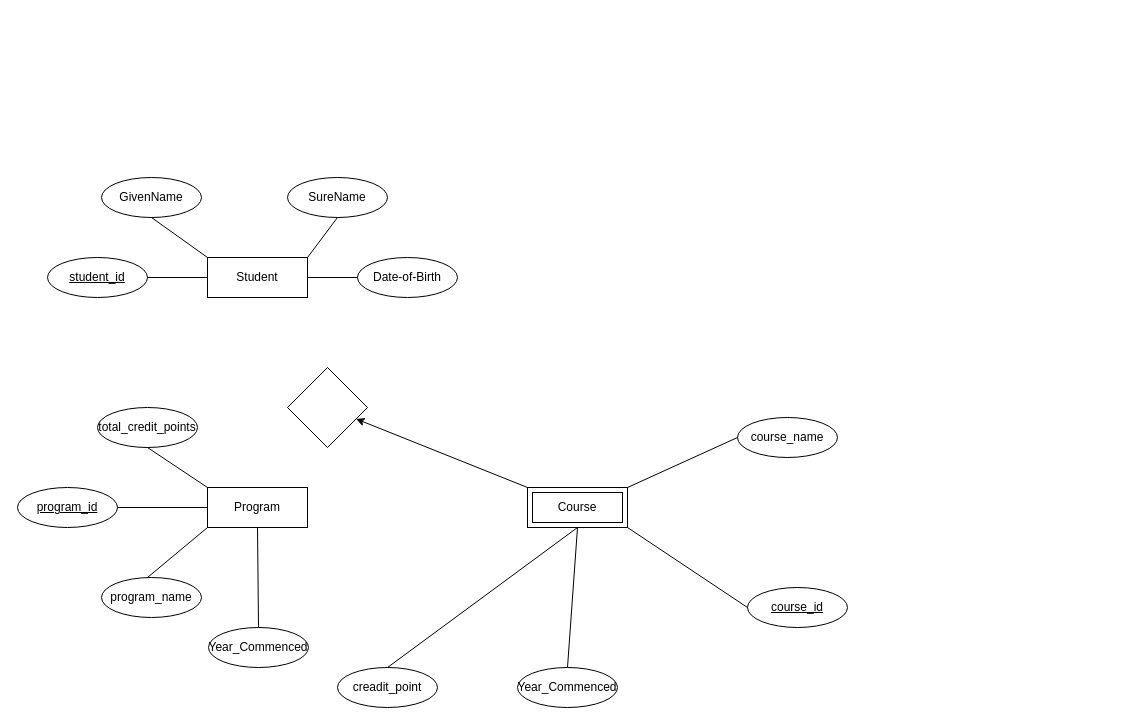
Above: UniversityDatabase.drawio in mayura-alahakoon/EEI3266 (draw.io), before the change. Source tidied: cells renumbered, new cells numbered last; positions are measured from the earlier drawing's top-left corner, leaving out a move shared by most shapes. Both pictures are drawn from the tidied source at 100%, with x=0, y=0 at pixel (17, 177).
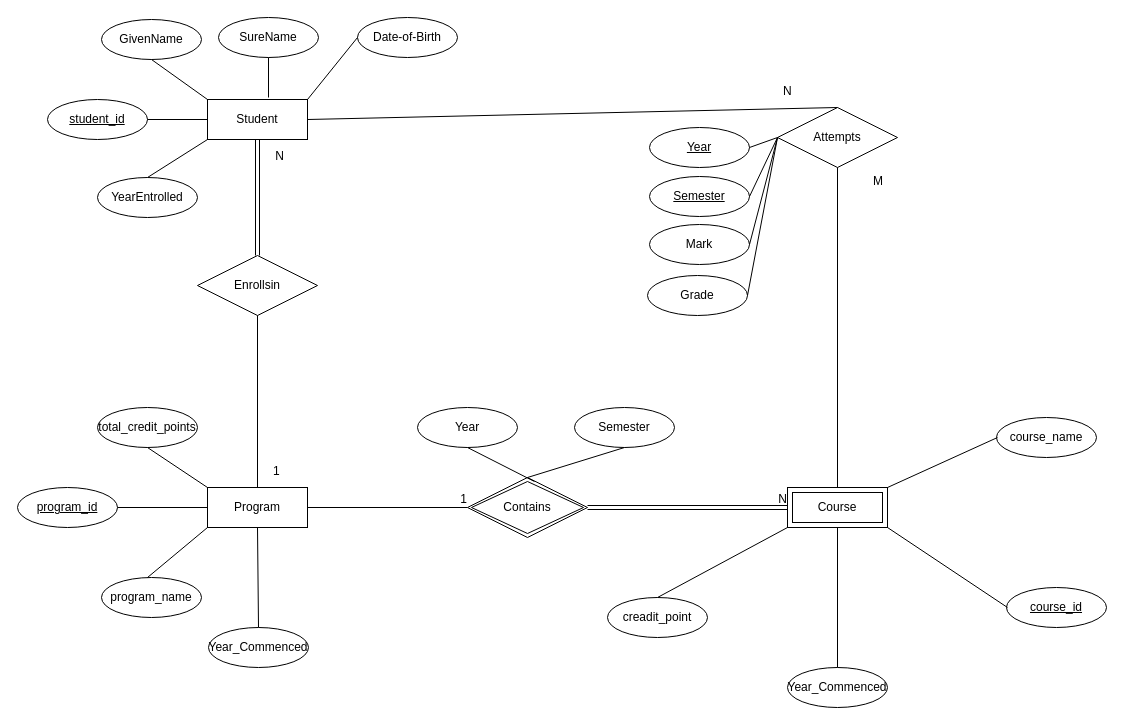
After the change.

Unchanged cells that the change refers to:
```xml
<mxCell id="3" value="Program" style="whiteSpace=wrap;html=1;align=center;" parent="1" vertex="1">
  <mxGeometry x="190" y="310" width="100" height="40" as="geometry" />
</mxCell>
```

The edit, as a diff of the source:
```diff
@@
     <mxCell id="2" value="Student" style="whiteSpace=wrap;html=1;align=center;" parent="1" vertex="1">
-      <mxGeometry x="190" y="80" width="100" height="40" as="geometry" />
+      <mxGeometry x="190" y="-78" width="100" height="40" as="geometry" />
     </mxCell>
@@
     <mxCell id="12" value="course_name" style="ellipse;whiteSpace=wrap;html=1;align=center;" parent="1" vertex="1">
-      <mxGeometry x="720" y="240" width="100" height="40" as="geometry" />
+      <mxGeometry x="979" y="240" width="100" height="40" as="geometry" />
     </mxCell>
     <mxCell id="13" value="course_id" style="ellipse;whiteSpace=wrap;html=1;align=center;fontStyle=4;" parent="1" vertex="1">
-      <mxGeometry x="730" y="410" width="100" height="40" as="geometry" />
+      <mxGeometry x="989" y="410" width="100" height="40" as="geometry" />
     </mxCell>
-    <mxCell id="14" style="endArrow=none;html=1;rounded=0;entryX=0;entryY=0.5;entryDx=0;entryDy=0;exitX=1;exitY=1;exitDx=0;exitDy=0;" parent="1" edge="1" source="19" target="13">
-      <mxGeometry relative="1" as="geometry" />
+    <mxCell id="14" style="endArrow=none;html=1;rounded=0;entryX=0;entryY=0.5;entryDx=0;entryDy=0;exitX=1;exitY=1;exitDx=0;exitDy=0;" parent="1" edge="1" source="19">
+      <mxGeometry relative="1" as="geometry">
+        <mxPoint x="990" y="430" as="targetPoint" />
+      </mxGeometry>
     </mxCell>
-    <mxCell id="15" style="endArrow=none;html=1;rounded=0;entryX=0;entryY=0.5;entryDx=0;entryDy=0;exitX=1;exitY=0;exitDx=0;exitDy=0;" parent="1" edge="1" source="19" target="12">
-      <mxGeometry relative="1" as="geometry" />
+    <mxCell id="15" style="endArrow=none;html=1;rounded=0;entryX=0;entryY=0.5;entryDx=0;entryDy=0;exitX=1;exitY=0;exitDx=0;exitDy=0;" parent="1" edge="1" source="19">
+      <mxGeometry relative="1" as="geometry">
+        <mxPoint x="980" y="260" as="targetPoint" />
+      </mxGeometry>
     </mxCell>
     <mxCell id="16" value="creadit_point" style="ellipse;whiteSpace=wrap;html=1;align=center;" parent="1" vertex="1">
-      <mxGeometry x="320" y="490" width="100" height="40" as="geometry" />
+      <mxGeometry x="590" y="420" width="100" height="40" as="geometry" />
     </mxCell>
-    <mxCell id="17" style="endArrow=none;html=1;rounded=0;exitX=0.5;exitY=1;exitDx=0;exitDy=0;entryX=0.5;entryY=0;entryDx=0;entryDy=0;" parent="1" edge="1" source="19" target="16">
+    <mxCell id="17" style="endArrow=none;html=1;rounded=0;exitX=0;exitY=1;exitDx=0;exitDy=0;entryX=0.5;entryY=0;entryDx=0;entryDy=0;" parent="1" edge="1" source="19" target="16">
       <mxGeometry relative="1" as="geometry" />
     </mxCell>
-    <mxCell id="18" style="edgeStyle=none;rounded=0;jettySize=auto;html=1;" parent="1" edge="1" source="19" target="30">
-      <mxGeometry relative="1" as="geometry" />
-    </mxCell>
     <mxCell id="19" value="Course" style="shape=ext;margin=3;double=1;whiteSpace=wrap;html=1;align=center;" parent="1" vertex="1">
-      <mxGeometry x="510" y="310" width="100" height="40" as="geometry" />
+      <mxGeometry x="770" y="310" width="100" height="40" as="geometry" />
     </mxCell>
     <mxCell id="20" value="Year_Commenced" style="ellipse;whiteSpace=wrap;html=1;align=center;" parent="1" vertex="1">
-      <mxGeometry x="500" y="490" width="100" height="40" as="geometry" />
+      <mxGeometry x="770" y="490" width="100" height="40" as="geometry" />
     </mxCell>
@@
     <mxCell id="22" value="GivenName" style="ellipse;whiteSpace=wrap;html=1;align=center;" parent="1" vertex="1">
-      <mxGeometry x="84" width="100" height="40" as="geometry" />
+      <mxGeometry x="84" y="-158" width="100" height="40" as="geometry" />
     </mxCell>
     <mxCell id="23" value="SureName" style="ellipse;whiteSpace=wrap;html=1;align=center;" parent="1" vertex="1">
-      <mxGeometry x="270" width="100" height="40" as="geometry" />
+      <mxGeometry x="201" y="-160" width="100" height="40" as="geometry" />
     </mxCell>
     <mxCell id="24" value="student_id" style="ellipse;whiteSpace=wrap;html=1;align=center;fontStyle=4;" parent="1" vertex="1">
-      <mxGeometry x="30" y="80" width="100" height="40" as="geometry" />
+      <mxGeometry x="30" y="-78" width="100" height="40" as="geometry" />
     </mxCell>
@@
-    <mxCell id="27" style="endArrow=none;html=1;rounded=0;exitX=1;exitY=0;exitDx=0;exitDy=0;entryX=0.5;entryY=1;entryDx=0;entryDy=0;" parent="1" edge="1" source="2" target="23">
+    <mxCell id="27" style="endArrow=none;html=1;rounded=0;exitX=0.61;exitY=-0.05;exitDx=0;exitDy=0;entryX=0.5;entryY=1;entryDx=0;entryDy=0;exitPerimeter=0;" parent="1" edge="1" source="2" target="23">
       <mxGeometry relative="1" as="geometry" />
     </mxCell>
     <mxCell id="28" value="Date-of-Birth" style="ellipse;whiteSpace=wrap;html=1;align=center;" parent="1" vertex="1">
-      <mxGeometry x="340" y="80" width="100" height="40" as="geometry" />
+      <mxGeometry x="340" y="-160" width="100" height="40" as="geometry" />
     </mxCell>
-    <mxCell id="29" style="endArrow=none;html=1;rounded=0;exitX=1;exitY=0.5;exitDx=0;exitDy=0;entryX=0;entryY=0.5;entryDx=0;entryDy=0;" parent="1" edge="1" source="2" target="28">
+    <mxCell id="29" style="endArrow=none;html=1;rounded=0;exitX=1;exitY=0;exitDx=0;exitDy=0;entryX=0;entryY=0.5;entryDx=0;entryDy=0;" parent="1" edge="1" source="2" target="28">
       <mxGeometry relative="1" as="geometry" />
     </mxCell>
-    <mxCell id="30" style="rhombus;whiteSpace=wrap;html=1;" parent="1" vertex="1">
-      <mxGeometry x="270" y="190" width="80" height="80" as="geometry" />
-    </mxCell>
+    <mxCell id="31" value="Contains" style="shape=rhombus;double=1;perimeter=rhombusPerimeter;whiteSpace=wrap;html=1;align=center;" parent="1" vertex="1">
+      <mxGeometry x="450" y="300" width="120" height="60" as="geometry" />
+    </mxCell>
+    <mxCell id="32" style="endArrow=none;html=1;rounded=0;shape=link;entryX=0;entryY=0.5;entryDx=0;entryDy=0;exitX=1;exitY=0.5;exitDx=0;exitDy=0;" parent="1" edge="1" source="31" target="19">
+      <mxGeometry relative="1" as="geometry" />
+    </mxCell>
+    <mxCell id="33" value="N" style="html=1;align=right;verticalAlign=bottom;" parent="32" vertex="1">
+      <mxGeometry x="1" relative="1" as="geometry" />
+    </mxCell>
+    <mxCell id="34" style="endArrow=none;html=1;rounded=0;exitX=1;exitY=0.5;exitDx=0;exitDy=0;entryX=0;entryY=0.5;entryDx=0;entryDy=0;" parent="1" edge="1" source="3" target="31">
+      <mxGeometry relative="1" as="geometry" />
+    </mxCell>
+    <mxCell id="35" value="1" style="html=1;align=right;verticalAlign=bottom;" parent="34" vertex="1">
+      <mxGeometry x="1" relative="1" as="geometry" />
+    </mxCell>
+    <mxCell id="36" value="Year" style="ellipse;whiteSpace=wrap;html=1;align=center;" parent="1" vertex="1">
+      <mxGeometry x="400" y="230" width="100" height="40" as="geometry" />
+    </mxCell>
+    <mxCell id="37" value="Semester" style="ellipse;whiteSpace=wrap;html=1;align=center;" parent="1" vertex="1">
+      <mxGeometry x="557" y="230" width="100" height="40" as="geometry" />
+    </mxCell>
+    <mxCell id="38" style="endArrow=none;html=1;rounded=0;exitX=0.5;exitY=1;exitDx=0;exitDy=0;entryX=0.558;entryY=0.067;entryDx=0;entryDy=0;entryPerimeter=0;" parent="1" edge="1" source="36" target="31">
+      <mxGeometry relative="1" as="geometry" />
+    </mxCell>
+    <mxCell id="39" style="endArrow=none;html=1;rounded=0;entryX=0.5;entryY=1;entryDx=0;entryDy=0;exitX=0.5;exitY=0;exitDx=0;exitDy=0;" parent="1" edge="1" source="31" target="37">
+      <mxGeometry relative="1" as="geometry" />
+    </mxCell>
+    <mxCell id="40" value="YearEntrolled" style="ellipse;whiteSpace=wrap;html=1;align=center;" parent="1" vertex="1">
+      <mxGeometry x="80" width="100" height="40" as="geometry" />
+    </mxCell>
+    <mxCell id="41" style="endArrow=none;html=1;rounded=0;exitX=0.5;exitY=0;exitDx=0;exitDy=0;entryX=0;entryY=1;entryDx=0;entryDy=0;" parent="1" edge="1" source="40" target="2">
+      <mxGeometry relative="1" as="geometry" />
+    </mxCell>
+    <mxCell id="42" value="Attempts" style="shape=rhombus;perimeter=rhombusPerimeter;whiteSpace=wrap;html=1;align=center;" parent="1" vertex="1">
+      <mxGeometry x="760" y="-70" width="120" height="60" as="geometry" />
+    </mxCell>
+    <mxCell id="43" style="endArrow=none;html=1;rounded=0;exitX=0.5;exitY=1;exitDx=0;exitDy=0;entryX=0.5;entryY=0;entryDx=0;entryDy=0;" parent="1" edge="1" source="42" target="19">
+      <mxGeometry relative="1" as="geometry" />
+    </mxCell>
+    <mxCell id="44" style="endArrow=none;html=1;rounded=0;exitX=0.5;exitY=0;exitDx=0;exitDy=0;entryX=1;entryY=0.5;entryDx=0;entryDy=0;" parent="1" edge="1" source="42" target="2">
+      <mxGeometry relative="1" as="geometry" />
+    </mxCell>
+    <mxCell id="45" value="Mark" style="ellipse;whiteSpace=wrap;html=1;align=center;" parent="1" vertex="1">
+      <mxGeometry x="632" y="47" width="100" height="40" as="geometry" />
+    </mxCell>
+    <mxCell id="46" value="Grade" style="ellipse;whiteSpace=wrap;html=1;align=center;" parent="1" vertex="1">
+      <mxGeometry x="630" y="98" width="100" height="40" as="geometry" />
+    </mxCell>
+    <mxCell id="47" value="Year" style="ellipse;whiteSpace=wrap;html=1;align=center;fontStyle=4;" parent="1" vertex="1">
+      <mxGeometry x="632" y="-50" width="100" height="40" as="geometry" />
+    </mxCell>
+    <mxCell id="48" value="Semester" style="ellipse;whiteSpace=wrap;html=1;align=center;fontStyle=4;" parent="1" vertex="1">
+      <mxGeometry x="632" y="-1" width="100" height="40" as="geometry" />
+    </mxCell>
+    <mxCell id="49" style="endArrow=none;html=1;rounded=0;exitX=1;exitY=0.5;exitDx=0;exitDy=0;entryX=0;entryY=0.5;entryDx=0;entryDy=0;" parent="1" edge="1" source="47" target="42">
+      <mxGeometry relative="1" as="geometry" />
+    </mxCell>
+    <mxCell id="50" style="endArrow=none;html=1;rounded=0;exitX=1;exitY=0.5;exitDx=0;exitDy=0;entryX=0;entryY=0.5;entryDx=0;entryDy=0;" parent="1" edge="1" source="46" target="42">
+      <mxGeometry relative="1" as="geometry" />
+    </mxCell>
+    <mxCell id="51" style="endArrow=none;html=1;rounded=0;exitX=1;exitY=0.5;exitDx=0;exitDy=0;entryX=0;entryY=0.5;entryDx=0;entryDy=0;" parent="1" edge="1" source="45" target="42">
+      <mxGeometry relative="1" as="geometry" />
+    </mxCell>
+    <mxCell id="52" style="endArrow=none;html=1;rounded=0;exitX=1;exitY=0.5;exitDx=0;exitDy=0;entryX=0;entryY=0.5;entryDx=0;entryDy=0;" parent="1" edge="1" source="48" target="42">
+      <mxGeometry relative="1" as="geometry" />
+    </mxCell>
+    <mxCell id="53" value="M" style="text;strokeColor=none;fillColor=none;spacingLeft=4;spacingRight=4;overflow=hidden;fontSize=12;" parent="1" vertex="1">
+      <mxGeometry x="850" y="-10" width="40" height="30" as="geometry" />
+    </mxCell>
+    <mxCell id="54" value="N" style="text;strokeColor=none;fillColor=none;spacingLeft=4;spacingRight=4;overflow=hidden;fontSize=12;" parent="1" vertex="1">
+      <mxGeometry x="760" y="-100" width="40" height="30" as="geometry" />
+    </mxCell>
+    <mxCell id="55" value="Enrollsin" style="shape=rhombus;perimeter=rhombusPerimeter;whiteSpace=wrap;html=1;align=center;" parent="1" vertex="1">
+      <mxGeometry x="180" y="78" width="120" height="60" as="geometry" />
+    </mxCell>
+    <mxCell id="56" style="endArrow=none;html=1;rounded=0;exitX=0.5;exitY=1;exitDx=0;exitDy=0;entryX=0.5;entryY=0;entryDx=0;entryDy=0;" parent="1" edge="1" source="55" target="3">
+      <mxGeometry relative="1" as="geometry" />
+    </mxCell>
+    <mxCell id="57" style="shape=link;html=1;rounded=0;entryX=0.5;entryY=1;entryDx=0;entryDy=0;" parent="1" edge="1" source="55" target="2">
+      <mxGeometry relative="1" as="geometry" />
+    </mxCell>
+    <mxCell id="58" value="N" style="html=1;align=right;verticalAlign=bottom;" parent="57" vertex="1">
+      <mxGeometry x="1" relative="1" as="geometry">
+        <mxPoint x="27" y="25" as="offset" />
+      </mxGeometry>
+    </mxCell>
+    <mxCell id="59" value="1" style="text;strokeColor=none;fillColor=none;spacingLeft=4;spacingRight=4;overflow=hidden;fontSize=12;" parent="1" vertex="1">
+      <mxGeometry x="250" y="280" width="40" height="30" as="geometry" />
+    </mxCell>
```
